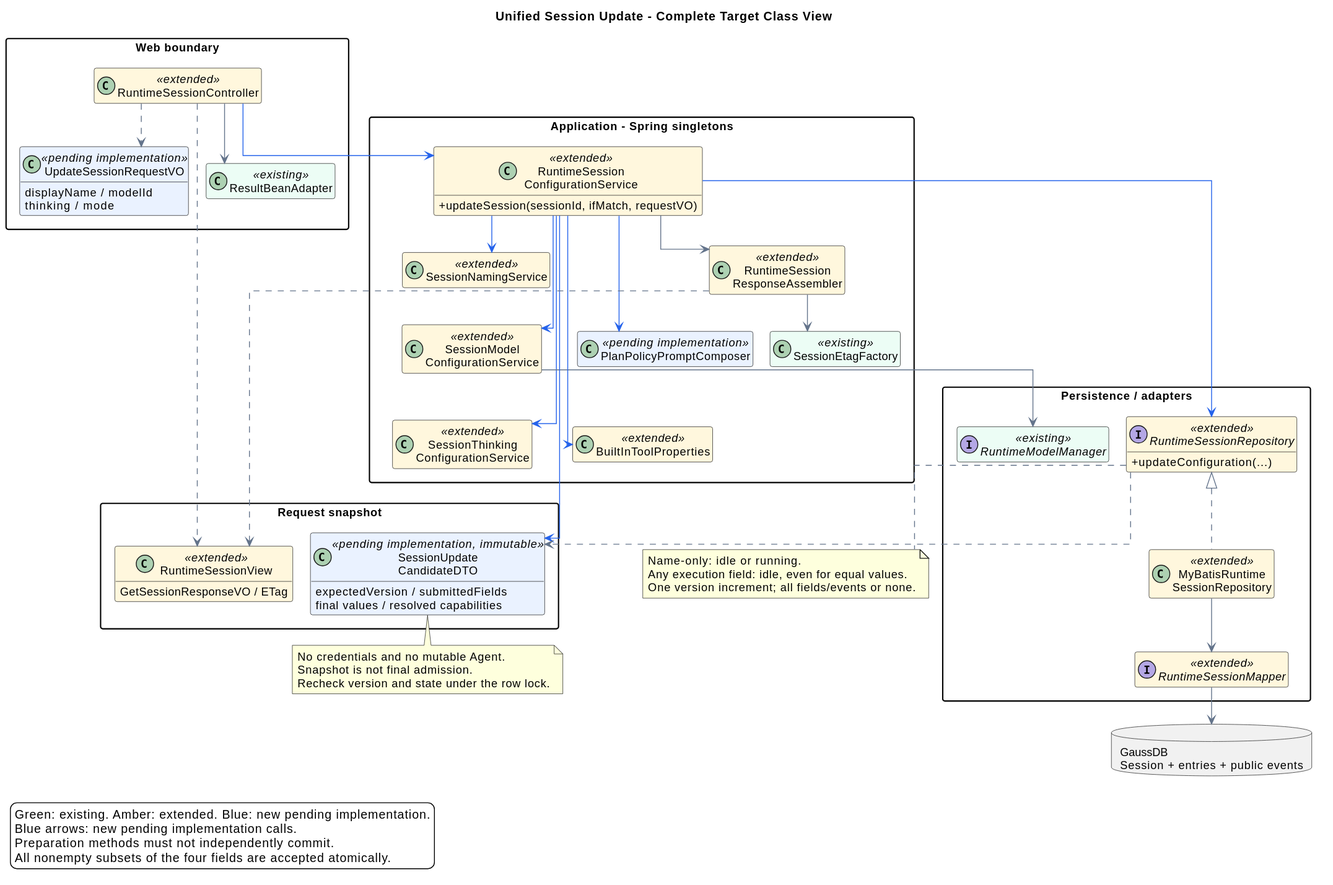
Before: 01-总体架构/01-CampusClaw多Agent运行时/设计图/会话配置/http_session_update_classes.svg, a diagram exported from PlantUML (ssm0808/pi-mono-java-design).
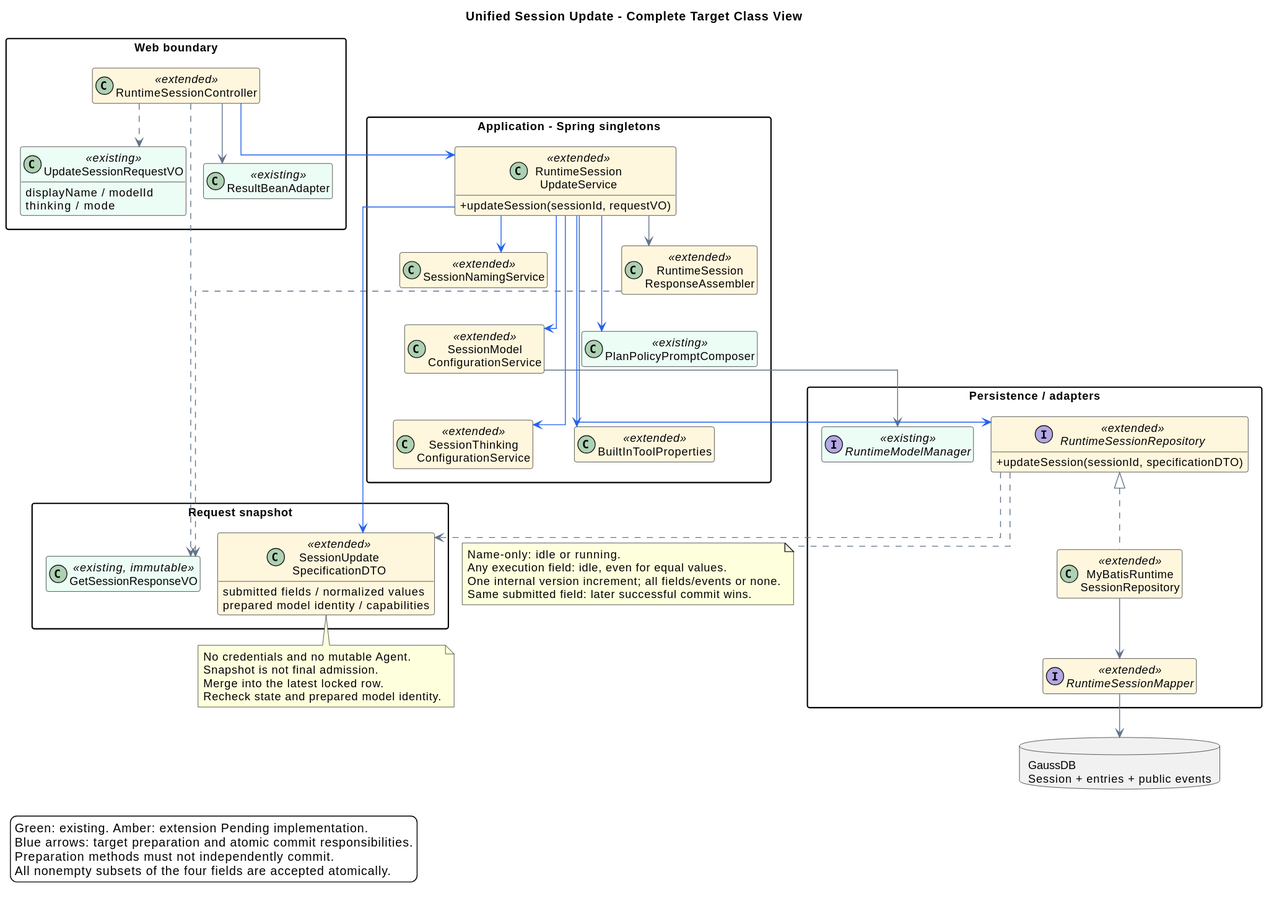
Later version of the same file.

The edit, as a diff of the source:
```diff
@@ -17,36 +17,33 @@
 
 package "Web boundary" as WebLayer {
   class "RuntimeSessionController" as API <<extended>> #FFF7DD
-  class "UpdateSessionRequestVO" as Request <<pending implementation>> #EAF2FF {
+  class "UpdateSessionRequestVO" as Request <<existing>> #ECFDF5 {
     displayName / modelId
     thinking / mode
   }
   class "ResultBeanAdapter" as Result <<existing>> #ECFDF5
 }
 package "Application - Spring singletons" as AppLayer {
-  class "RuntimeSession\nConfigurationService" as App <<extended>> #FFF7DD {
-    +updateSession(sessionId, ifMatch, requestVO)
+  class "RuntimeSession\nUpdateService" as App <<extended>> #FFF7DD {
+    +updateSession(sessionId, requestVO)
   }
   class "SessionNamingService" as Name <<extended>> #FFF7DD
   class "SessionModel\nConfigurationService" as Model <<extended>> #FFF7DD
   class "SessionThinking\nConfigurationService" as Thinking <<extended>> #FFF7DD
   class "RuntimeSession\nResponseAssembler" as Assembler <<extended>> #FFF7DD
-  class "SessionEtagFactory" as Etag <<existing>> #ECFDF5
-  class "PlanPolicyPromptComposer" as Policy <<pending implementation>> #EAF2FF
+  class "PlanPolicyPromptComposer" as Policy <<existing>> #ECFDF5
   class "BuiltInToolProperties" as Profile <<extended>> #FFF7DD
 }
 package "Request snapshot" as RequestLayer {
-  class "SessionUpdate\nCandidateDTO" as Candidate <<pending implementation, immutable>> #EAF2FF {
-    expectedVersion / submittedFields
-    final values / resolved capabilities
+  class "SessionUpdate\nSpecificationDTO" as Candidate <<extended>> #FFF7DD {
+    submitted fields / normalized values
+    prepared model identity / capabilities
   }
-  class "RuntimeSessionView" as Response <<extended>> #FFF7DD {
-    GetSessionResponseVO / ETag
-  }
+  class "GetSessionResponseVO" as Response <<existing, immutable>> #ECFDF5
 }
 package "Persistence / adapters" as PersistenceLayer {
   interface "RuntimeSessionRepository" as Repo <<extended>> #FFF7DD {
-    +updateConfiguration(...)
+    +updateSession(sessionId, specificationDTO)
   }
   class "MyBatisRuntime\nSessionRepository" as Impl <<extended>> #FFF7DD
   interface "RuntimeSessionMapper" as Mapper <<extended>> #FFF7DD
@@ -73,22 +70,23 @@
 Impl --> Mapper
 Mapper --> DB
 App --> Assembler
-Assembler --> Etag
 Assembler ..> Response
 API ..> Response
 note bottom of Candidate
   No credentials and no mutable Agent.
   Snapshot is not final admission.
-  Recheck version and state under the row lock.
+  Merge into the latest locked row.
+  Recheck state and prepared model identity.
 end note
 note bottom of Repo
   Name-only: idle or running.
   Any execution field: idle, even for equal values.
-  One version increment; all fields/events or none.
+  One internal version increment; all fields/events or none.
+  Same submitted field: later successful commit wins.
 end note
 legend bottom left
-  Green: existing. Amber: extended. Blue: new pending implementation.
-  Blue arrows: new pending implementation calls.
+  Green: existing. Amber: extension Pending implementation.
+  Blue arrows: target preparation and atomic commit responsibilities.
   Preparation methods must not independently commit.
   All nonempty subsets of the four fields are accepted atomically.
 endlegend
```
